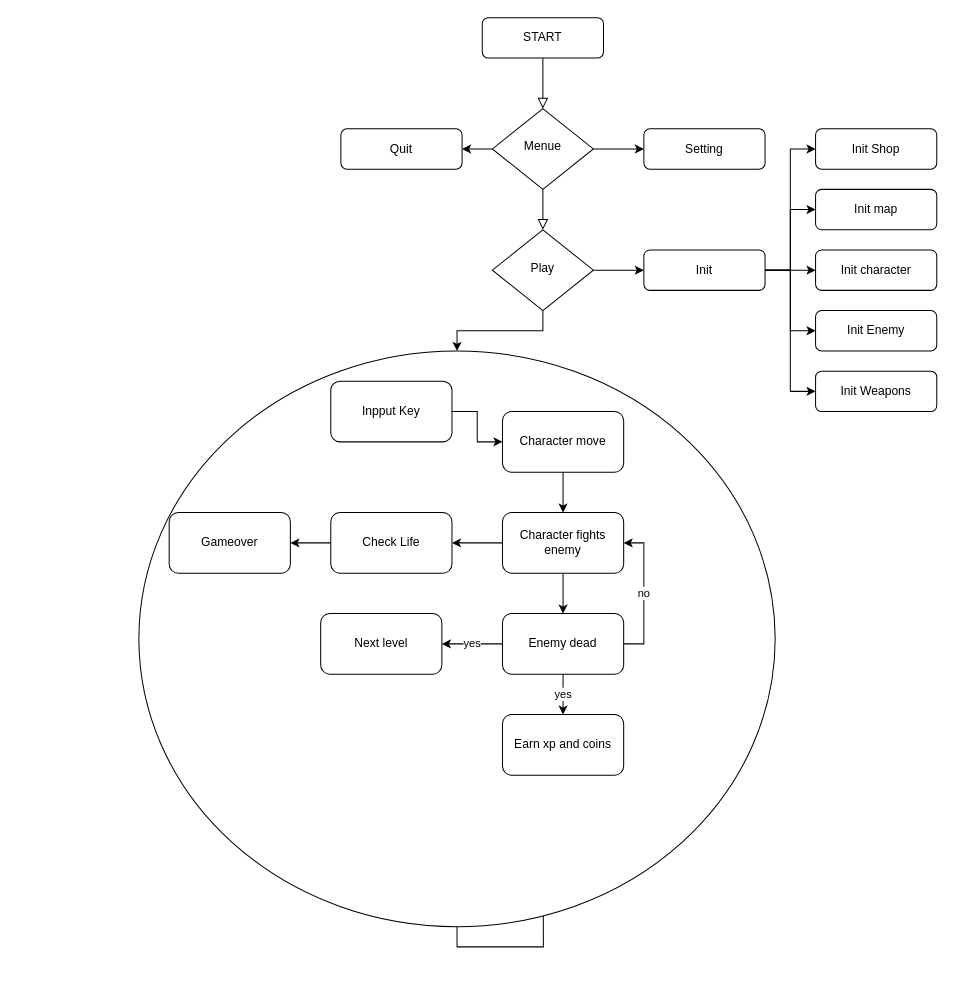
Earlier version of the draw.io diagram Diagramme sans nom.drawio (kcLandy/projet-red). Source tidied: cells renumbered, new cells numbered last; positions are measured from the earlier drawing's top-left corner, leaving out a move shared by most shapes. Both pictures are drawn from the tidied source at 101%, with x=0, y=0 at pixel (138, 17).
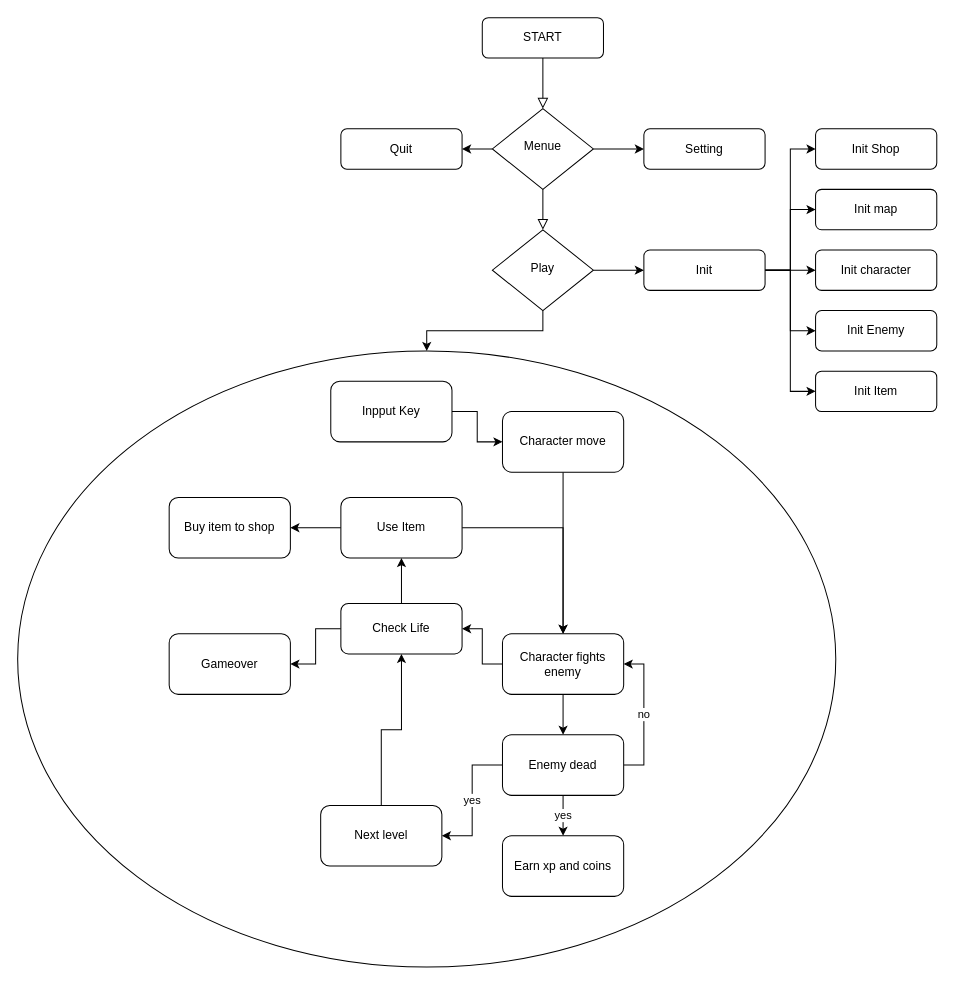
The same page after the edit.

Commit message:
Mettre à jour Diagramme sans nom.drawio

Diff of the diagram source:
```diff
@@
-    <mxCell id="22" style="edgeStyle=orthogonalEdgeStyle;rounded=0;jettySize=auto;html=1;" parent="1" edge="1" source="23">
-      <mxGeometry relative="1" as="geometry">
-        <mxPoint x="400" y="690" as="targetPoint" />
-      </mxGeometry>
-    </mxCell>
     <mxCell id="23" style="ellipse;whiteSpace=wrap;html=1;" parent="1" vertex="1">
-      <mxGeometry y="330" width="630" height="570" as="geometry" />
+      <mxGeometry x="-120" y="330" width="810" height="610" as="geometry" />
     </mxCell>
@@
-    <mxCell id="26" value="Init Weapons" style="rounded=1;whiteSpace=wrap;html=1;fontSize=12;glass=0;strokeWidth=1;shadow=0;" parent="1" vertex="1">
+    <mxCell id="26" value="Init Item" style="rounded=1;whiteSpace=wrap;html=1;fontSize=12;glass=0;strokeWidth=1;shadow=0;" parent="1" vertex="1">
       <mxGeometry x="670" y="350" width="120" height="40" as="geometry" />
     </mxCell>
@@
     <mxCell id="32" value="Character fights enemy" style="rounded=1;whiteSpace=wrap;html=1;" parent="1" vertex="1">
-      <mxGeometry x="360" y="490" width="120" height="60" as="geometry" />
+      <mxGeometry x="360" y="610" width="120" height="60" as="geometry" />
     </mxCell>
@@
     <mxCell id="36" value="Enemy dead" style="rounded=1;whiteSpace=wrap;html=1;" parent="1" vertex="1">
-      <mxGeometry x="360" y="590" width="120" height="60" as="geometry" />
+      <mxGeometry x="360" y="710" width="120" height="60" as="geometry" />
     </mxCell>
     <mxCell id="37" value="Earn xp and coins" style="rounded=1;whiteSpace=wrap;html=1;" parent="1" vertex="1">
-      <mxGeometry x="360" y="690" width="120" height="60" as="geometry" />
+      <mxGeometry x="360" y="810" width="120" height="60" as="geometry" />
     </mxCell>
+    <mxCell id="42" style="edgeStyle=orthogonalEdgeStyle;rounded=0;jettySize=auto;html=1;entryX=0.5;entryY=1;entryDx=0;entryDy=0;" parent="1" edge="1" source="38" target="40">
+      <mxGeometry relative="1" as="geometry" />
+    </mxCell>
     <mxCell id="38" value="Next level" style="rounded=1;whiteSpace=wrap;html=1;" parent="1" vertex="1">
-      <mxGeometry x="180" y="590" width="120" height="60" as="geometry" />
+      <mxGeometry x="180" y="780" width="120" height="60" as="geometry" />
     </mxCell>
@@
+    <mxCell id="43" style="edgeStyle=orthogonalEdgeStyle;rounded=0;jettySize=auto;html=1;" parent="1" edge="1" source="40" target="46">
+      <mxGeometry relative="1" as="geometry" />
+    </mxCell>
     <mxCell id="40" value="Check Life" style="rounded=1;whiteSpace=wrap;html=1;" parent="1" vertex="1">
-      <mxGeometry x="190" y="490" width="120" height="60" as="geometry" />
+      <mxGeometry x="200" y="580" width="120" height="50" as="geometry" />
     </mxCell>
     <mxCell id="41" value="Gameover&lt;br&gt;" style="rounded=1;whiteSpace=wrap;html=1;" parent="1" vertex="1">
-      <mxGeometry x="30" y="490" width="120" height="60" as="geometry" />
+      <mxGeometry x="30" y="610" width="120" height="60" as="geometry" />
     </mxCell>
+    <mxCell id="44" style="edgeStyle=orthogonalEdgeStyle;rounded=0;jettySize=auto;html=1;entryX=0.5;entryY=0;entryDx=0;entryDy=0;" parent="1" edge="1" source="46" target="32">
+      <mxGeometry relative="1" as="geometry" />
+    </mxCell>
+    <mxCell id="45" style="edgeStyle=orthogonalEdgeStyle;rounded=0;jettySize=auto;html=1;" parent="1" edge="1" source="46" target="47">
+      <mxGeometry relative="1" as="geometry" />
+    </mxCell>
+    <mxCell id="46" value="Use Item" style="rounded=1;whiteSpace=wrap;html=1;" parent="1" vertex="1">
+      <mxGeometry x="200" y="475" width="120" height="60" as="geometry" />
+    </mxCell>
+    <mxCell id="47" value="Buy item to shop" style="rounded=1;whiteSpace=wrap;html=1;" parent="1" vertex="1">
+      <mxGeometry x="30" y="475" width="120" height="60" as="geometry" />
+    </mxCell>
```
